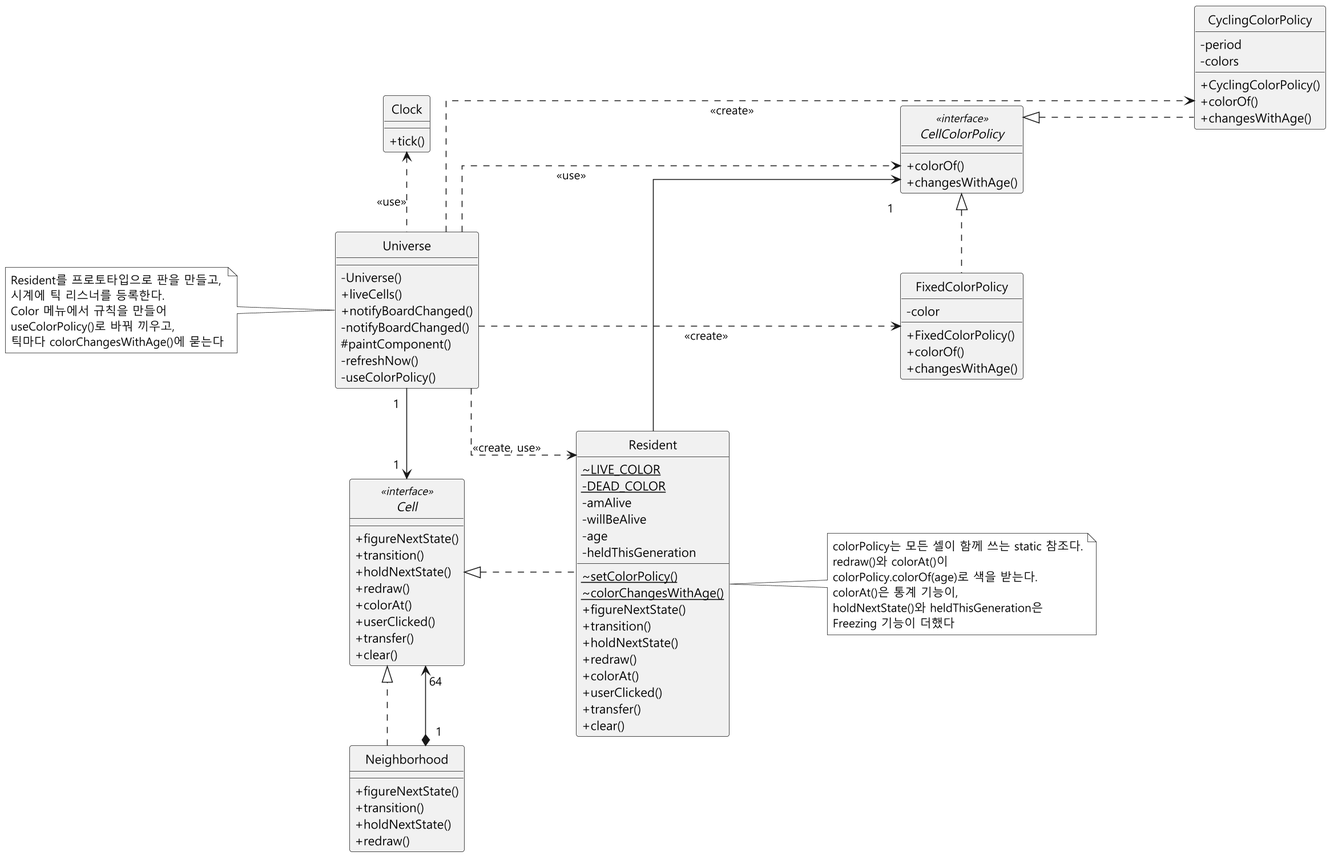
Earlier version of the PlantUML export docs/color-gen/diagrams/class-after.png (mckimR1972/DP_team_project).
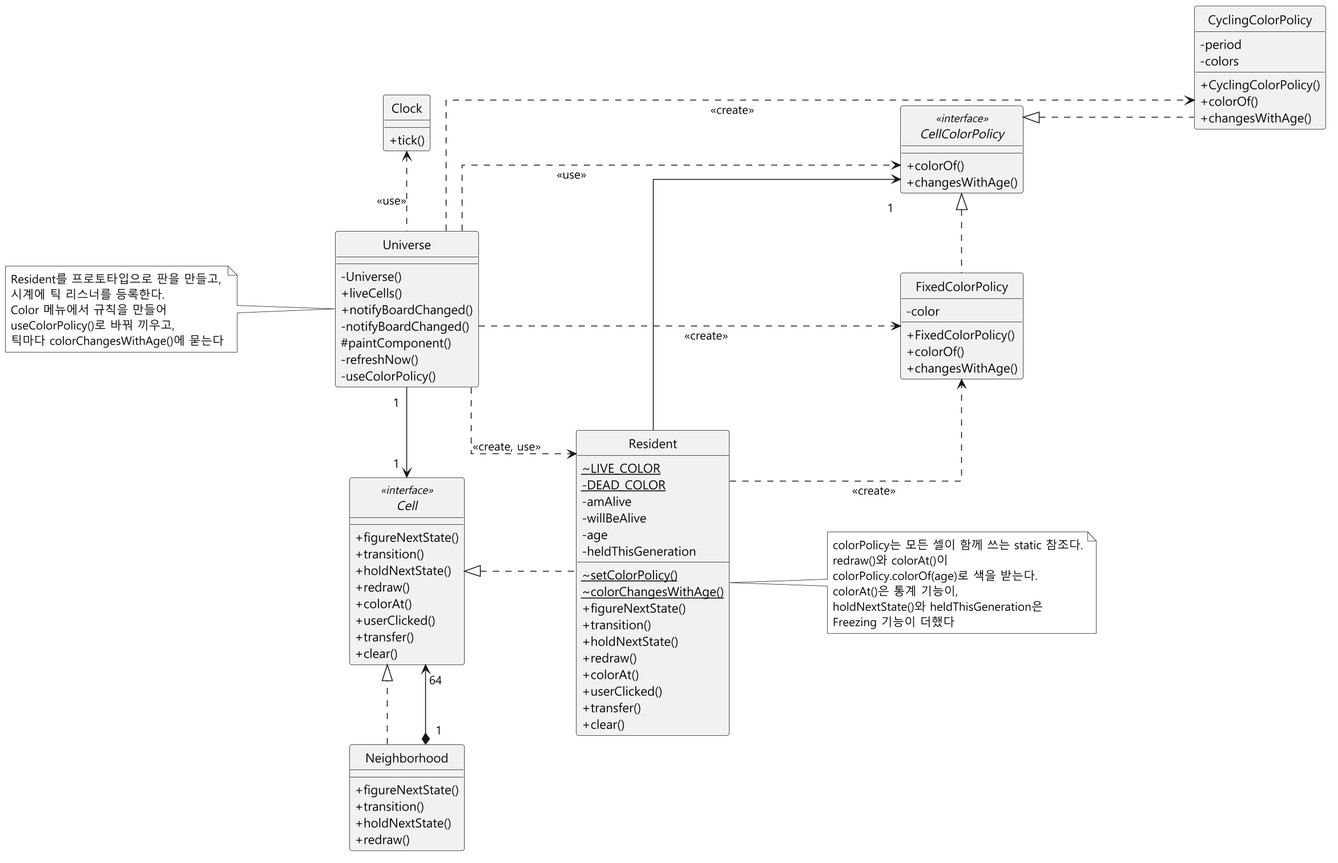
After the change.

What changed in the source:
```diff
@@ -92,6 +92,7 @@
 Resident --> "\n1" CellColorPolicy
 Universe ..> FixedColorPolicy : <U+2003><U+2003><U+2003><U+2003><U+2003><U+2003><U+2003><U+2003><U+2003><U+2003><<create>>
 Universe ..> CyclingColorPolicy : <<create>>
+Resident ..> FixedColorPolicy : <<create>>
 Universe ..> CellColorPolicy : <<use>><U+2003><U+2003><U+2003><U+2003><U+2003><U+2003><U+2003><U+2003>
 
 
```
